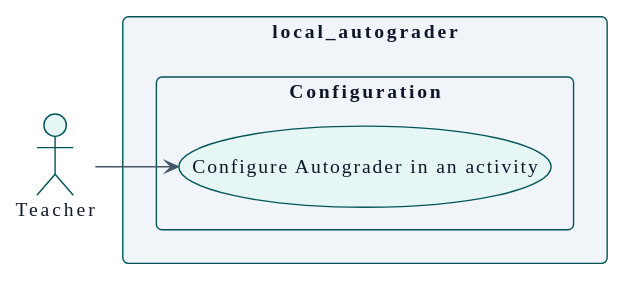
Before: docs/es/technical/requirements/use-cases-teacher.svg, a diagram exported from PlantUML (didactika/moodle-local_autograder).
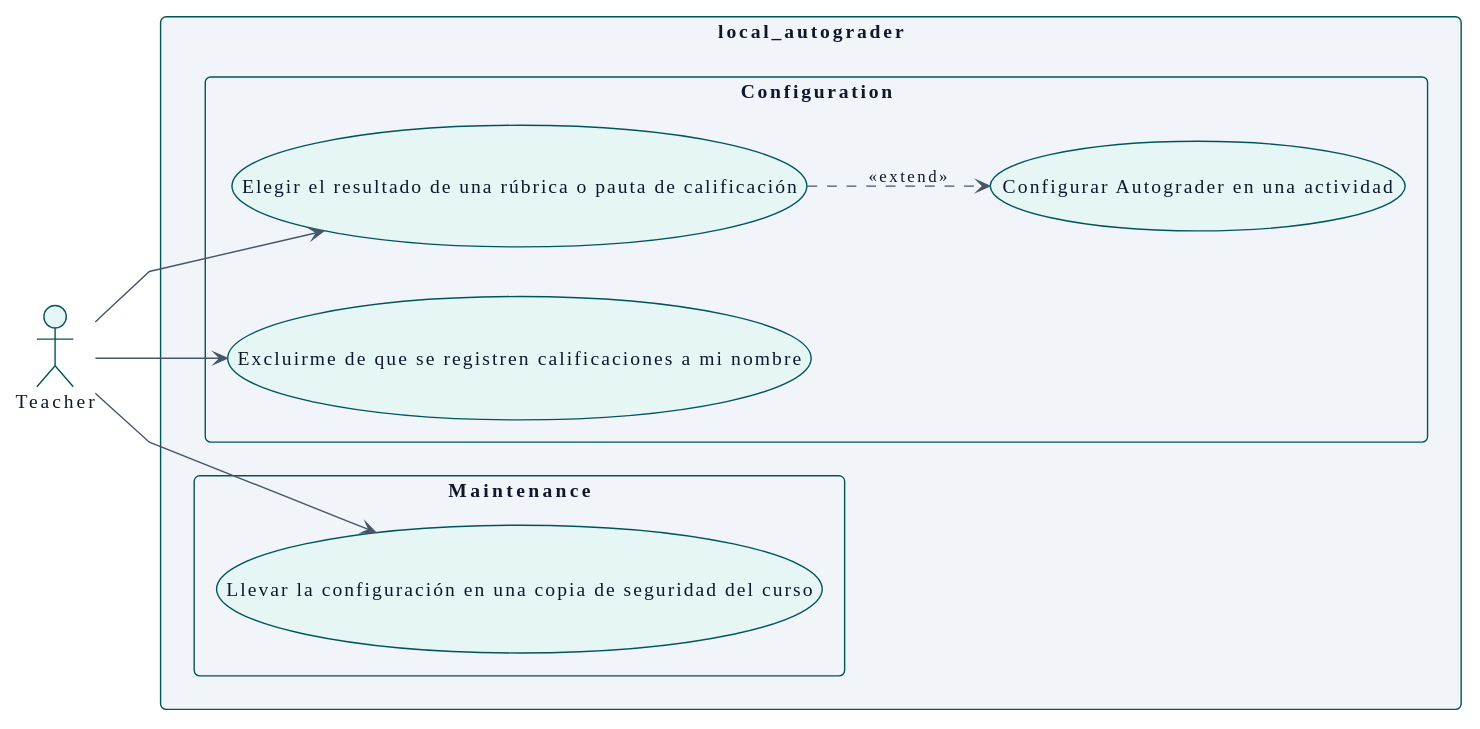
Later version of the same file.

Change to the diagram source:
```diff
@@ -110,9 +110,17 @@
 
 rectangle "local_autograder" {
   package "Configuration" {
-    usecase "Configure Autograder in an activity" as UC_configureAutograder
+    usecase "Configurar Autograder en una actividad" as UC_configureAutograder
+    usecase "Elegir el resultado de una rúbrica o pauta de calificación" as UC_chooseAdvancedGrade
+    usecase "Excluirme de que se registren calificaciones a mi nombre" as UC_optOutOfGrading
+  }
+  package "Maintenance" {
+    usecase "Llevar la configuración en una copia de seguridad del curso" as UC_carryConfigurationInBackup
   }
 }
 
-A_Teacher --> UC_configureAutograder
+A_Teacher --> UC_chooseAdvancedGrade
+A_Teacher --> UC_optOutOfGrading
+A_Teacher --> UC_carryConfigurationInBackup
+UC_chooseAdvancedGrade ..> UC_configureAutograder : <<extend>>
 @enduml
```
